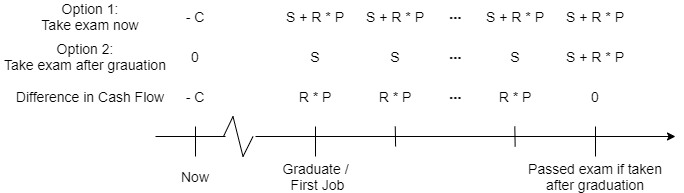
The draw.io diagram images/article_images/2021-02-25-How-many-exams/cash_flow_timeline.png in actuarialcat/actuarialcat.github.io, before a commit. Source tidied: cells renumbered, new cells last; positions are measured from the earlier drawing's top-left corner, leaving out a move shared by most shapes.
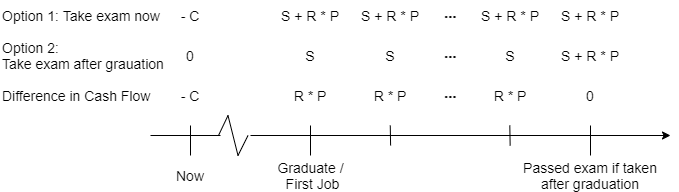
The same diagram one commit later.

Commit message:
Update how many exam

Change to the diagram source:
```diff
@@ -35,14 +35,14 @@
     <mxCell id="8" value="&lt;font style=&quot;font-size: 14px&quot;&gt;Passed exam if taken after graduation&lt;/font&gt;" style="text;html=1;strokeColor=none;fillColor=none;align=center;verticalAlign=middle;whiteSpace=wrap;rounded=0;" parent="1" vertex="1">
       <mxGeometry x="515" y="165" width="160" height="20" as="geometry" />
     </mxCell>
-    <mxCell id="9" value="&lt;font style=&quot;font-size: 14px&quot;&gt;Option 1:&lt;br&gt;Take exam now&lt;/font&gt;" style="text;html=1;strokeColor=none;fillColor=none;align=center;verticalAlign=middle;whiteSpace=wrap;rounded=0;" parent="1" vertex="1">
-      <mxGeometry x="10" width="160" height="30" as="geometry" />
+    <mxCell id="9" value="&lt;font style=&quot;font-size: 14px&quot;&gt;Option 1: Take exam now&lt;/font&gt;" style="text;html=1;strokeColor=none;fillColor=none;align=left;verticalAlign=middle;whiteSpace=wrap;rounded=0;" parent="1" vertex="1">
+      <mxGeometry x="5" width="165" height="30" as="geometry" />
     </mxCell>
-    <mxCell id="10" value="&lt;font style=&quot;font-size: 14px&quot;&gt;Option 2:&lt;br&gt;&lt;div&gt;&lt;span&gt;Take exam after grauation&lt;/span&gt;&lt;/div&gt;&lt;/font&gt;" style="text;html=1;strokeColor=none;fillColor=none;align=center;verticalAlign=middle;whiteSpace=wrap;rounded=0;" parent="1" vertex="1">
-      <mxGeometry y="40" width="170" height="30" as="geometry" />
+    <mxCell id="10" value="&lt;font style=&quot;font-size: 14px&quot;&gt;Option 2:&lt;br&gt;&lt;div&gt;&lt;span&gt;Take exam after grauation&lt;/span&gt;&lt;/div&gt;&lt;/font&gt;" style="text;html=1;strokeColor=none;fillColor=none;align=left;verticalAlign=middle;whiteSpace=wrap;rounded=0;" parent="1" vertex="1">
+      <mxGeometry x="5" y="40" width="165" height="30" as="geometry" />
     </mxCell>
-    <mxCell id="11" value="&lt;font style=&quot;font-size: 14px&quot;&gt;Difference in Cash Flow&lt;/font&gt;" style="text;html=1;strokeColor=none;fillColor=none;align=center;verticalAlign=middle;whiteSpace=wrap;rounded=0;" parent="1" vertex="1">
-      <mxGeometry x="10" y="80" width="160" height="30" as="geometry" />
+    <mxCell id="11" value="&lt;font style=&quot;font-size: 14px&quot;&gt;Difference in Cash Flow&lt;/font&gt;" style="text;html=1;strokeColor=none;fillColor=none;align=left;verticalAlign=middle;whiteSpace=wrap;rounded=0;" parent="1" vertex="1">
+      <mxGeometry x="5" y="80" width="165" height="30" as="geometry" />
     </mxCell>
     <mxCell id="12" value="&lt;span style=&quot;font-size: 14px;&quot;&gt;R * P&lt;/span&gt;" style="text;html=1;strokeColor=none;fillColor=none;align=center;verticalAlign=middle;whiteSpace=wrap;rounded=0;fontSize=14;" parent="1" vertex="1">
       <mxGeometry x="295" y="85" width="40" height="20" as="geometry" />
```
